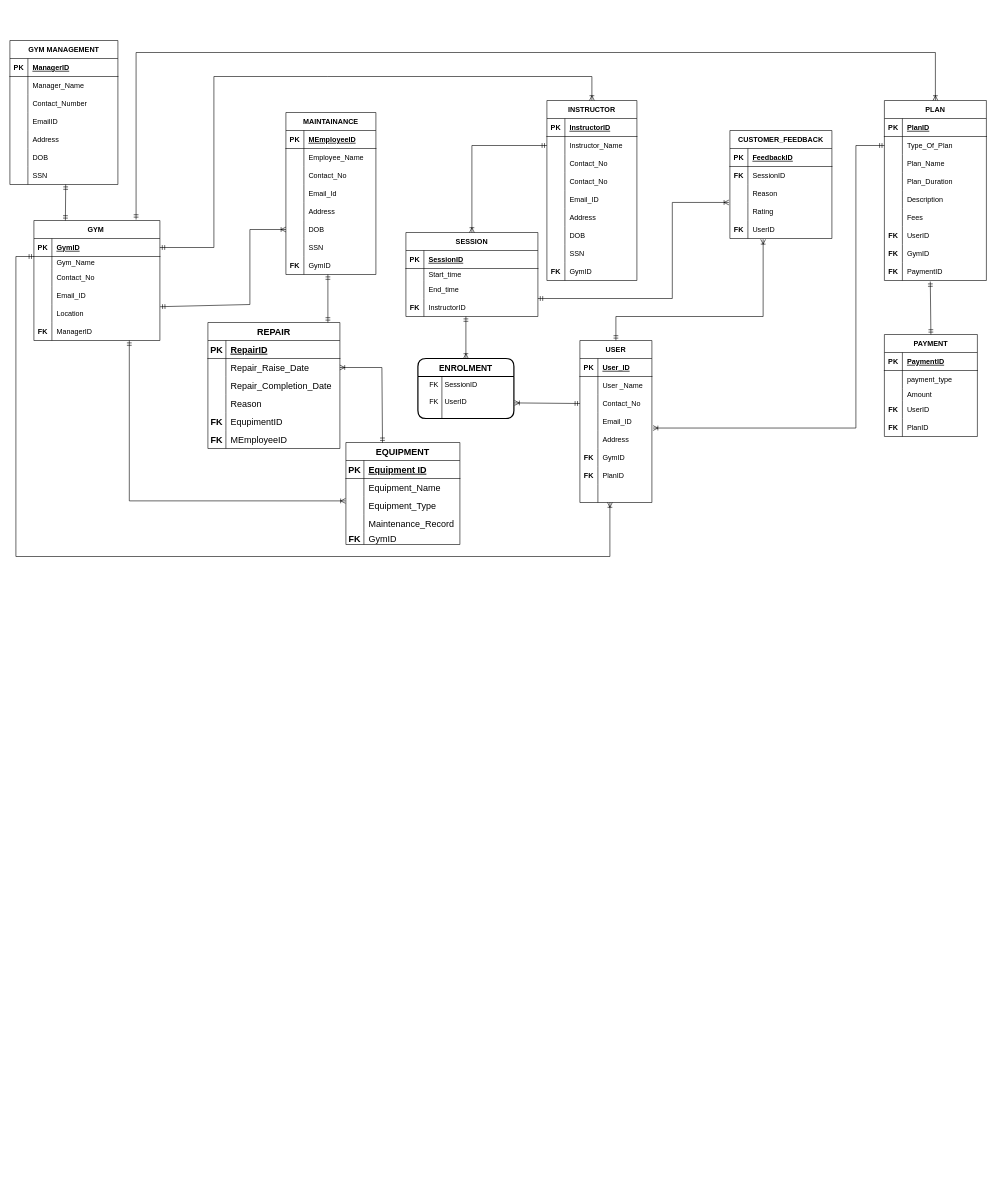
Before: Gym_Management_ERD.drawio in Tharunip/DAMG6210_PROJECT11, a draw.io diagram. Source tidied: cells renumbered, new cells numbered last; positions are measured from the earlier drawing's top-left corner, leaving out a move shared by most shapes. Both pictures are drawn from the tidied source at 60%, with x=0, y=0 at pixel (10, 40).
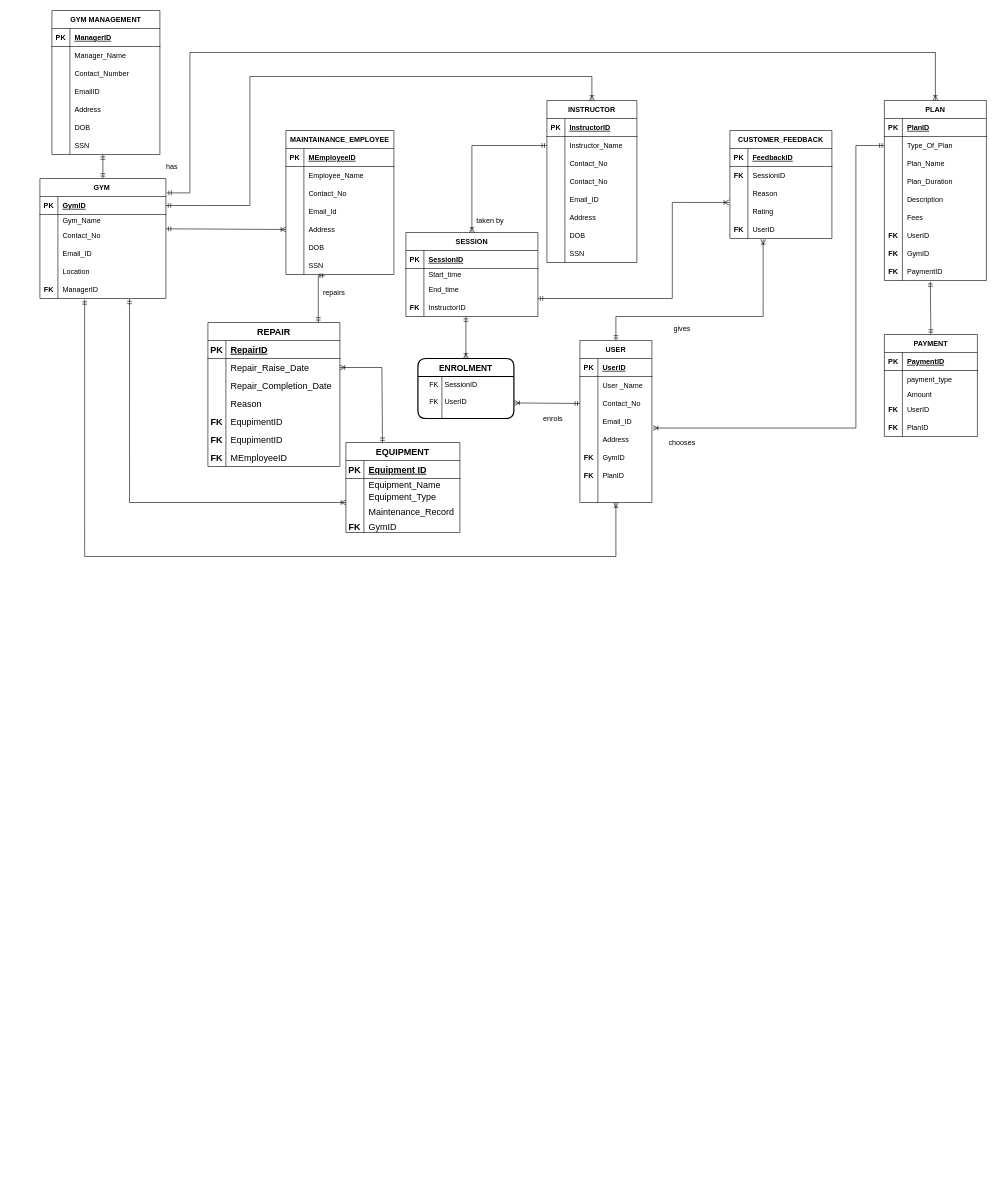
Above is the later version.

Unchanged cells that the change refers to:
```xml
<mxCell id="3" style="shape=tableRow;horizontal=0;startSize=0;swimlaneHead=0;swimlaneBody=0;fillColor=none;points=[[0,0.5],[1,0.5]];portConstraint=eastwest;top=0;left=0;right=0;bottom=1;" parent="2" vertex="1">
  <mxGeometry y="30" width="210" height="30" as="geometry" />
</mxCell>
<mxCell id="9" style="shape=tableRow;horizontal=0;startSize=0;swimlaneHead=0;swimlaneBody=0;fillColor=none;points=[[0,0.5],[1,0.5]];portConstraint=eastwest;top=0;left=0;right=0;bottom=0;" parent="2" vertex="1">
  <mxGeometry y="80" width="210" height="30" as="geometry" />
</mxCell>
<mxCell id="12" style="shape=tableRow;horizontal=0;startSize=0;swimlaneHead=0;swimlaneBody=0;fillColor=none;points=[[0,0.5],[1,0.5]];portConstraint=eastwest;top=0;left=0;right=0;bottom=0;" parent="2" vertex="1">
  <mxGeometry y="110" width="210" height="30" as="geometry" />
</mxCell>
<mxCell id="18" style="shape=tableRow;horizontal=0;startSize=0;swimlaneHead=0;swimlaneBody=0;fillColor=none;points=[[0,0.5],[1,0.5]];portConstraint=eastwest;top=0;left=0;right=0;bottom=0;" parent="2" vertex="1">
  <mxGeometry y="170" width="210" height="30" as="geometry" />
</mxCell>
<mxCell id="63" style="shape=tableRow;horizontal=0;startSize=0;swimlaneHead=0;swimlaneBody=0;fillColor=none;top=0;left=0;right=0;bottom=1;" parent="62" vertex="1">
  <mxGeometry y="30" width="120" height="30" as="geometry" />
</mxCell>
<mxCell id="103" value="PLAN" style="shape=table;startSize=30;childLayout=tableLayout;rowLines=0;fontStyle=1;align=center;" parent="1" vertex="1">
  <mxGeometry x="1457.5" y="100" width="170" height="300" as="geometry" />
</mxCell>
```

Diff of the diagram source:
```diff
@@
     <mxCell id="2" value="GYM " style="shape=table;startSize=30;childLayout=tableLayout;rowLines=0;fontStyle=1;align=center;" parent="1" vertex="1">
-      <mxGeometry x="40" y="300" width="210" height="200" as="geometry" />
+      <mxGeometry x="50" y="230" width="210" height="200" as="geometry" />
     </mxCell>
@@
     <mxCell id="21" value="INSTRUCTOR" style="shape=table;startSize=30;childLayout=tableLayout;rowLines=0;fontStyle=1;align=center;" parent="1" vertex="1">
-      <mxGeometry x="895" y="100" width="150" height="300" as="geometry" />
+      <mxGeometry x="895" y="100" width="150" height="270" as="geometry" />
     </mxCell>
@@
-    <mxCell id="46" style="shape=tableRow;horizontal=0;startSize=0;swimlaneHead=0;swimlaneBody=0;fillColor=none;top=0;left=0;right=0;bottom=0;" parent="21" vertex="1">
-      <mxGeometry y="270" width="150" height="30" as="geometry" />
-    </mxCell>
-    <mxCell id="47" value="FK" style="shape=partialRectangle;fillColor=none;top=0;left=0;bottom=0;right=0;overflow=hidden;fontStyle=1;" parent="46" vertex="1">
-      <mxGeometry width="30" height="30" as="geometry" />
-    </mxCell>
-    <mxCell id="48" value="GymID" style="shape=partialRectangle;fillColor=none;top=0;left=0;bottom=0;right=0;align=left;spacingLeft=6;overflow=hidden;" parent="46" vertex="1">
-      <mxGeometry x="30" width="120" height="30" as="geometry" />
-    </mxCell>
@@
-    <mxCell id="65" value="User_ID" style="shape=partialRectangle;fillColor=none;top=0;left=0;bottom=0;right=0;align=left;spacingLeft=6;fontStyle=5;overflow=hidden;" parent="63" vertex="1">
+    <mxCell id="65" value="UserID" style="shape=partialRectangle;fillColor=none;top=0;left=0;bottom=0;right=0;align=left;spacingLeft=6;fontStyle=5;overflow=hidden;" parent="63" vertex="1">
       <mxGeometry x="30" width="90" height="30" as="geometry" />
     </mxCell>
@@
     <mxCell id="131" value="GYM MANAGEMENT" style="shape=table;startSize=30;childLayout=tableLayout;rowLines=0;fontStyle=1;align=center;" parent="1" vertex="1">
-      <mxGeometry width="180" height="240" as="geometry" />
+      <mxGeometry x="70" y="-50" width="180" height="240" as="geometry" />
     </mxCell>
@@
     <mxCell id="157" value="EQUIPMENT" style="shape=table;startSize=30;childLayout=tableLayout;rowLines=0;fontStyle=1;align=center;fontSize=15;" parent="1" vertex="1">
-      <mxGeometry x="560" y="670" width="190" height="170" as="geometry" />
+      <mxGeometry x="560" y="670" width="190" height="150" as="geometry" />
     </mxCell>
@@
+    <mxCell id="259" style="shape=tableRow;horizontal=0;startSize=0;swimlaneHead=0;swimlaneBody=0;fillColor=none;top=0;left=0;right=0;bottom=0;fontSize=15;" parent="157" vertex="1">
+      <mxGeometry y="60" width="190" height="20" as="geometry" />
+    </mxCell>
+    <mxCell id="260" style="shape=partialRectangle;fillColor=none;top=0;left=0;bottom=0;right=0;overflow=hidden;fontSize=15;" parent="259" vertex="1">
+      <mxGeometry width="30" height="20" as="geometry" />
+    </mxCell>
+    <mxCell id="261" value="Equipment_Name" style="shape=partialRectangle;fillColor=none;top=0;left=0;bottom=0;right=0;align=left;spacingLeft=6;overflow=hidden;fontSize=15;" parent="259" vertex="1">
+      <mxGeometry x="30" width="160" height="20" as="geometry" />
+    </mxCell>
+    <mxCell id="262" style="shape=tableRow;horizontal=0;startSize=0;swimlaneHead=0;swimlaneBody=0;fillColor=none;top=0;left=0;right=0;bottom=0;fontSize=15;" parent="157" vertex="1">
+      <mxGeometry y="80" width="190" height="20" as="geometry" />
+    </mxCell>
+    <mxCell id="263" style="shape=partialRectangle;fillColor=none;top=0;left=0;bottom=0;right=0;overflow=hidden;fontSize=15;" parent="262" vertex="1">
+      <mxGeometry width="30" height="20" as="geometry" />
+    </mxCell>
+    <mxCell id="166" value="Equipment_Type" style="shape=partialRectangle;fillColor=none;top=0;left=0;bottom=0;right=0;align=left;spacingLeft=6;overflow=hidden;fontSize=15;" parent="262" vertex="1">
+      <mxGeometry x="30" width="160" height="20" as="geometry" />
+    </mxCell>
     <mxCell id="161" style="shape=tableRow;horizontal=0;startSize=0;swimlaneHead=0;swimlaneBody=0;fillColor=none;points=[[0,0.5],[1,0.5]];portConstraint=eastwest;top=0;left=0;right=0;bottom=0;fontSize=15;" parent="157" vertex="1">
-      <mxGeometry y="60" width="190" height="30" as="geometry" />
+      <mxGeometry y="100" width="190" height="30" as="geometry" />
     </mxCell>
@@
-    <mxCell id="163" value="Equipment_Name" style="shape=partialRectangle;fillColor=none;top=0;left=0;bottom=0;right=0;align=left;spacingLeft=6;overflow=hidden;fontSize=15;" parent="161" vertex="1">
+    <mxCell id="163" value="Maintenance_Record " style="shape=partialRectangle;fillColor=none;top=0;left=0;bottom=0;right=0;align=left;spacingLeft=6;overflow=hidden;fontSize=15;" parent="161" vertex="1">
       <mxGeometry x="30" width="160" height="30" as="geometry" />
     </mxCell>
-    <mxCell id="164" style="shape=tableRow;horizontal=0;startSize=0;swimlaneHead=0;swimlaneBody=0;fillColor=none;points=[[0,0.5],[1,0.5]];portConstraint=eastwest;top=0;left=0;right=0;bottom=0;fontSize=15;" parent="157" vertex="1">
-      <mxGeometry y="90" width="190" height="30" as="geometry" />
-    </mxCell>
-    <mxCell id="165" style="shape=partialRectangle;fillColor=none;top=0;left=0;bottom=0;right=0;overflow=hidden;fontSize=15;" parent="164" vertex="1">
-      <mxGeometry width="30" height="30" as="geometry" />
-    </mxCell>
-    <mxCell id="166" value="Equipment_Type" style="shape=partialRectangle;fillColor=none;top=0;left=0;bottom=0;right=0;align=left;spacingLeft=6;overflow=hidden;fontSize=15;" parent="164" vertex="1">
-      <mxGeometry x="30" width="160" height="30" as="geometry" />
-    </mxCell>
-    <mxCell id="167" style="shape=tableRow;horizontal=0;startSize=0;swimlaneHead=0;swimlaneBody=0;fillColor=none;top=0;left=0;right=0;bottom=0;fontSize=15;" parent="157" vertex="1">
-      <mxGeometry y="120" width="190" height="30" as="geometry" />
-    </mxCell>
-    <mxCell id="168" style="shape=partialRectangle;fillColor=none;top=0;left=0;bottom=0;right=0;overflow=hidden;fontSize=15;" parent="167" vertex="1">
-      <mxGeometry width="30" height="30" as="geometry" />
-    </mxCell>
-    <mxCell id="169" value="Maintenance_Record " style="shape=partialRectangle;fillColor=none;top=0;left=0;bottom=0;right=0;align=left;spacingLeft=6;overflow=hidden;fontSize=15;" parent="167" vertex="1">
-      <mxGeometry x="30" width="160" height="30" as="geometry" />
-    </mxCell>
     <mxCell id="170" style="shape=tableRow;horizontal=0;startSize=0;swimlaneHead=0;swimlaneBody=0;fillColor=none;top=0;left=0;right=0;bottom=0;fontSize=15;" parent="157" vertex="1">
-      <mxGeometry y="150" width="190" height="20" as="geometry" />
+      <mxGeometry y="130" width="190" height="20" as="geometry" />
     </mxCell>
@@
     <mxCell id="185" value="REPAIR" style="shape=table;startSize=30;childLayout=tableLayout;rowLines=0;fontStyle=1;align=center;fontSize=15;" parent="1" vertex="1">
-      <mxGeometry x="330" y="470" width="220" height="210" as="geometry" />
+      <mxGeometry x="330" y="470" width="220" height="240" as="geometry" />
     </mxCell>
@@
+    <mxCell id="264" style="shape=tableRow;horizontal=0;startSize=0;swimlaneHead=0;swimlaneBody=0;fillColor=none;top=0;left=0;right=0;bottom=0;fontSize=15;" parent="185" vertex="1">
+      <mxGeometry y="180" width="220" height="30" as="geometry" />
+    </mxCell>
+    <mxCell id="265" value="FK" style="shape=partialRectangle;fillColor=none;top=0;left=0;bottom=0;right=0;overflow=hidden;fontSize=15;fontStyle=1;" parent="264" vertex="1">
+      <mxGeometry width="30" height="30" as="geometry" />
+    </mxCell>
+    <mxCell id="266" value="EqupimentID" style="shape=partialRectangle;fillColor=none;top=0;left=0;bottom=0;right=0;align=left;spacingLeft=6;overflow=hidden;fontSize=15;" parent="264" vertex="1">
+      <mxGeometry x="30" width="190" height="30" as="geometry" />
+    </mxCell>
     <mxCell id="201" style="shape=tableRow;horizontal=0;startSize=0;swimlaneHead=0;swimlaneBody=0;fillColor=none;top=0;left=0;right=0;bottom=0;fontSize=15;" parent="185" vertex="1">
-      <mxGeometry y="180" width="220" height="30" as="geometry" />
+      <mxGeometry y="210" width="220" height="30" as="geometry" />
     </mxCell>
@@
-    <mxCell id="205" style="fontSize=12;html=1;endArrow=ERmandOne;startArrow=ERmandOne;rounded=0;exitX=0.25;exitY=0;exitDx=0;exitDy=0;" parent="1" edge="1" source="2">
+    <mxCell id="205" style="fontSize=12;html=1;endArrow=ERmandOne;startArrow=ERmandOne;rounded=0;exitX=0.5;exitY=0;exitDx=0;exitDy=0;" parent="1" edge="1" source="2">
       <mxGeometry relative="1" as="geometry">
-        <mxPoint x="93" y="240" as="targetPoint" />
+        <mxPoint x="155" y="190" as="targetPoint" />
       </mxGeometry>
     </mxCell>
-    <mxCell id="206" style="fontSize=12;html=1;endArrow=ERoneToMany;startArrow=ERmandOne;rounded=0;elbow=vertical;edgeStyle=orthogonalEdgeStyle;entryX=-0.004;entryY=0.244;entryDx=0;entryDy=0;entryPerimeter=0;" parent="1" edge="1" target="164">
+    <mxCell id="206" style="fontSize=12;html=1;endArrow=ERoneToMany;startArrow=ERmandOne;rounded=0;elbow=vertical;edgeStyle=orthogonalEdgeStyle;exitX=0.711;exitY=1.022;exitDx=0;exitDy=0;exitPerimeter=0;entryX=0;entryY=0;entryDx=0;entryDy=0;entryPerimeter=0;" parent="1" edge="1" source="18" target="161">
       <mxGeometry relative="1" as="geometry">
-        <mxPoint x="199" y="500" as="sourcePoint" />
         <Array as="points">
-          <mxPoint x="199" y="767" />
+          <mxPoint x="199" y="770" />
         </Array>
       </mxGeometry>
     </mxCell>
-    <mxCell id="207" style="edgeStyle=elbowEdgeStyle;fontSize=12;html=1;endArrow=ERmandOne;startArrow=ERmandOne;rounded=0;entryX=0.467;entryY=1;entryDx=0;entryDy=0;entryPerimeter=0;" parent="1" edge="1" source="185" target="249">
+    <mxCell id="207" style="edgeStyle=elbowEdgeStyle;fontSize=12;html=1;endArrow=ERmandOne;startArrow=ERmandOne;rounded=0;entryX=0.36;entryY=1.067;entryDx=0;entryDy=0;entryPerimeter=0;" parent="1" edge="1" source="185" target="246">
       <mxGeometry relative="1" as="geometry">
         <Array as="points">
-          <mxPoint x="530" y="420" />
+          <mxPoint x="514" y="470" />
         </Array>
       </mxGeometry>
     </mxCell>
-    <mxCell id="208" style="fontSize=12;html=1;endArrow=ERoneToMany;startArrow=ERmandOne;rounded=0;elbow=vertical;edgeStyle=orthogonalEdgeStyle;" parent="1" edge="1">
+    <mxCell id="208" style="fontSize=12;html=1;endArrow=ERoneToMany;startArrow=ERmandOne;rounded=0;elbow=vertical;edgeStyle=orthogonalEdgeStyle;exitX=0.355;exitY=1.049;exitDx=0;exitDy=0;exitPerimeter=0;" parent="1" edge="1" source="18">
       <mxGeometry relative="1" as="geometry">
-        <mxPoint x="40" y="360" as="sourcePoint" />
-        <mxPoint x="1000" y="770" as="targetPoint" />
+        <mxPoint x="1010" y="770" as="targetPoint" />
         <Array as="points">
-          <mxPoint x="10" y="360" />
-          <mxPoint x="10" y="860" />
-          <mxPoint x="1000" y="860" />
+          <mxPoint x="125" y="860" />
+          <mxPoint x="1010" y="860" />
         </Array>
       </mxGeometry>
     </mxCell>
@@
-    <mxCell id="227" value="MAINTAINANCE" style="shape=table;startSize=30;childLayout=tableLayout;rowLines=0;fontStyle=1;align=center;" parent="1" vertex="1">
-      <mxGeometry x="460" y="120" width="150" height="270" as="geometry" />
+    <mxCell id="227" value="MAINTAINANCE_EMPLOYEE" style="shape=table;startSize=30;childLayout=tableLayout;rowLines=0;fontStyle=1;align=center;" parent="1" vertex="1">
+      <mxGeometry x="460" y="150" width="180" height="240" as="geometry" />
     </mxCell>
     <mxCell id="228" style="shape=tableRow;horizontal=0;startSize=0;swimlaneHead=0;swimlaneBody=0;fillColor=none;top=0;left=0;right=0;bottom=1;" parent="227" vertex="1">
-      <mxGeometry y="30" width="150" height="30" as="geometry" />
+      <mxGeometry y="30" width="180" height="30" as="geometry" />
     </mxCell>
@@
     <mxCell id="230" value="MEmployeeID" style="shape=partialRectangle;fillColor=none;top=0;left=0;bottom=0;right=0;align=left;spacingLeft=6;fontStyle=5;overflow=hidden;" parent="228" vertex="1">
-      <mxGeometry x="30" width="120" height="30" as="geometry" />
+      <mxGeometry x="30" width="150" height="30" as="geometry" />
     </mxCell>
     <mxCell id="231" style="shape=tableRow;horizontal=0;startSize=0;swimlaneHead=0;swimlaneBody=0;fillColor=none;top=0;left=0;right=0;bottom=0;" parent="227" vertex="1">
-      <mxGeometry y="60" width="150" height="30" as="geometry" />
+      <mxGeometry y="60" width="180" height="30" as="geometry" />
     </mxCell>
@@
     <mxCell id="233" value="Employee_Name" style="shape=partialRectangle;fillColor=none;top=0;left=0;bottom=0;right=0;align=left;spacingLeft=6;overflow=hidden;" parent="231" vertex="1">
-      <mxGeometry x="30" width="120" height="30" as="geometry" />
+      <mxGeometry x="30" width="150" height="30" as="geometry" />
     </mxCell>
     <mxCell id="234" style="shape=tableRow;horizontal=0;startSize=0;swimlaneHead=0;swimlaneBody=0;fillColor=none;top=0;left=0;right=0;bottom=0;" parent="227" vertex="1">
-      <mxGeometry y="90" width="150" height="30" as="geometry" />
+      <mxGeometry y="90" width="180" height="30" as="geometry" />
     </mxCell>
@@
     <mxCell id="236" value="Contact_No" style="shape=partialRectangle;fillColor=none;top=0;left=0;bottom=0;right=0;align=left;spacingLeft=6;overflow=hidden;" parent="234" vertex="1">
-      <mxGeometry x="30" width="120" height="30" as="geometry" />
+      <mxGeometry x="30" width="150" height="30" as="geometry" />
     </mxCell>
     <mxCell id="237" style="shape=tableRow;horizontal=0;startSize=0;swimlaneHead=0;swimlaneBody=0;fillColor=none;top=0;left=0;right=0;bottom=0;" parent="227" vertex="1">
-      <mxGeometry y="120" width="150" height="30" as="geometry" />
+      <mxGeometry y="120" width="180" height="30" as="geometry" />
     </mxCell>
@@
     <mxCell id="239" value="Email_Id" style="shape=partialRectangle;fillColor=none;top=0;left=0;bottom=0;right=0;align=left;spacingLeft=6;overflow=hidden;" parent="237" vertex="1">
-      <mxGeometry x="30" width="120" height="30" as="geometry" />
+      <mxGeometry x="30" width="150" height="30" as="geometry" />
     </mxCell>
     <mxCell id="240" style="shape=tableRow;horizontal=0;startSize=0;swimlaneHead=0;swimlaneBody=0;fillColor=none;points=[[0,0.5],[1,0.5]];portConstraint=eastwest;top=0;left=0;right=0;bottom=0;" parent="227" vertex="1">
-      <mxGeometry y="150" width="150" height="30" as="geometry" />
+      <mxGeometry y="150" width="180" height="30" as="geometry" />
     </mxCell>
@@
     <mxCell id="242" value="Address" style="shape=partialRectangle;fillColor=none;top=0;left=0;bottom=0;right=0;align=left;spacingLeft=6;overflow=hidden;" parent="240" vertex="1">
-      <mxGeometry x="30" width="120" height="30" as="geometry" />
+      <mxGeometry x="30" width="150" height="30" as="geometry" />
     </mxCell>
     <mxCell id="243" style="shape=tableRow;horizontal=0;startSize=0;swimlaneHead=0;swimlaneBody=0;fillColor=none;points=[[0,0.5],[1,0.5]];portConstraint=eastwest;top=0;left=0;right=0;bottom=0;" parent="227" vertex="1">
-      <mxGeometry y="180" width="150" height="30" as="geometry" />
+      <mxGeometry y="180" width="180" height="30" as="geometry" />
     </mxCell>
@@
     <mxCell id="245" value="DOB" style="shape=partialRectangle;fillColor=none;top=0;left=0;bottom=0;right=0;align=left;spacingLeft=6;overflow=hidden;" parent="243" vertex="1">
-      <mxGeometry x="30" width="120" height="30" as="geometry" />
+      <mxGeometry x="30" width="150" height="30" as="geometry" />
     </mxCell>
     <mxCell id="246" style="shape=tableRow;horizontal=0;startSize=0;swimlaneHead=0;swimlaneBody=0;fillColor=none;points=[[0,0.5],[1,0.5]];portConstraint=eastwest;top=0;left=0;right=0;bottom=0;" parent="227" vertex="1">
-      <mxGeometry y="210" width="150" height="30" as="geometry" />
+      <mxGeometry y="210" width="180" height="30" as="geometry" />
     </mxCell>
@@
     <mxCell id="248" value="SSN" style="shape=partialRectangle;fillColor=none;top=0;left=0;bottom=0;right=0;align=left;spacingLeft=6;overflow=hidden;" parent="246" vertex="1">
-      <mxGeometry x="30" width="120" height="30" as="geometry" />
+      <mxGeometry x="30" width="150" height="30" as="geometry" />
     </mxCell>
-    <mxCell id="249" style="shape=tableRow;horizontal=0;startSize=0;swimlaneHead=0;swimlaneBody=0;fillColor=none;points=[[0,0.5],[1,0.5]];portConstraint=eastwest;top=0;left=0;right=0;bottom=0;" parent="227" vertex="1">
-      <mxGeometry y="240" width="150" height="30" as="geometry" />
-    </mxCell>
-    <mxCell id="250" value="FK" style="shape=partialRectangle;fillColor=none;top=0;left=0;bottom=0;right=0;overflow=hidden;fontStyle=1;" parent="249" vertex="1">
-      <mxGeometry width="30" height="30" as="geometry" />
-    </mxCell>
-    <mxCell id="251" value="GymID" style="shape=partialRectangle;fillColor=none;top=0;left=0;bottom=0;right=0;align=left;spacingLeft=6;overflow=hidden;" parent="249" vertex="1">
-      <mxGeometry x="30" width="120" height="30" as="geometry" />
-    </mxCell>
-    <mxCell id="252" style="fontSize=12;html=1;endArrow=ERoneToMany;startArrow=ERmandOne;rounded=0;entryX=0;entryY=0.5;entryDx=0;entryDy=0;exitX=1.002;exitY=1.122;exitDx=0;exitDy=0;exitPerimeter=0;" parent="1" edge="1" source="12" target="243">
-      <mxGeometry relative="1" as="geometry">
-        <Array as="points">
-          <mxPoint x="400" y="440" />
-          <mxPoint x="400" y="315" />
-        </Array>
-      </mxGeometry>
+    <mxCell id="252" style="fontSize=12;html=1;endArrow=ERoneToMany;startArrow=ERmandOne;rounded=0;entryX=0;entryY=0.5;entryDx=0;entryDy=0;exitX=1.001;exitY=0.128;exitDx=0;exitDy=0;exitPerimeter=0;" parent="1" edge="1" source="9" target="240">
+      <mxGeometry relative="1" as="geometry" />
     </mxCell>
     <mxCell id="253" style="fontSize=12;html=1;endArrow=ERoneToMany;startArrow=ERmandOne;rounded=0;entryX=0.5;entryY=0;entryDx=0;entryDy=0;exitX=1;exitY=0.5;exitDx=0;exitDy=0;" parent="1" edge="1" source="3" target="21">
       <mxGeometry relative="1" as="geometry">
         <Array as="points">
-          <mxPoint x="340" y="345" />
-          <mxPoint x="340" y="60" />
+          <mxPoint x="320" y="275" />
+          <mxPoint x="400" y="275" />
+          <mxPoint x="400" y="170" />
+          <mxPoint x="400" y="60" />
           <mxPoint x="530" y="60" />
           <mxPoint x="970" y="60" />
         </Array>
       </mxGeometry>
     </mxCell>
@@
-    <mxCell id="255" style="fontSize=12;html=1;endArrow=ERoneToMany;startArrow=ERmandOne;rounded=0;entryX=0.5;entryY=0;entryDx=0;entryDy=0;exitX=0.811;exitY=-0.008;exitDx=0;exitDy=0;exitPerimeter=0;edgeStyle=orthogonalEdgeStyle;" parent="1" edge="1" source="2" target="103">
+    <mxCell id="255" style="fontSize=12;html=1;endArrow=ERoneToMany;startArrow=ERmandOne;rounded=0;entryX=0.5;entryY=0;entryDx=0;entryDy=0;exitX=1.005;exitY=0.12;exitDx=0;exitDy=0;exitPerimeter=0;edgeStyle=orthogonalEdgeStyle;" parent="1" edge="1" source="2" target="103">
       <mxGeometry relative="1" as="geometry">
         <Array as="points">
-          <mxPoint x="210" y="20" />
+          <mxPoint x="300" y="254" />
+          <mxPoint x="300" y="20" />
           <mxPoint x="1543" y="20" />
         </Array>
       </mxGeometry>
     </mxCell>
@@
+    <mxCell id="267" value="enrols" style="text;html=1;align=center;verticalAlign=middle;strokeColor=none;fillColor=none;" parent="1" vertex="1">
+      <mxGeometry x="880" y="620" width="50" height="20" as="geometry" />
+    </mxCell>
+    <mxCell id="268" value="gives" style="text;html=1;align=center;verticalAlign=middle;strokeColor=none;fillColor=none;" parent="1" vertex="1">
+      <mxGeometry x="1100" y="470" width="40" height="20" as="geometry" />
+    </mxCell>
+    <mxCell id="269" value="repairs" style="text;html=1;align=center;verticalAlign=middle;strokeColor=none;fillColor=none;" parent="1" vertex="1">
+      <mxGeometry x="515" y="410" width="50" height="20" as="geometry" />
+    </mxCell>
+    <mxCell id="270" value="taken by" style="text;html=1;align=center;verticalAlign=middle;strokeColor=none;fillColor=none;" parent="1" vertex="1">
+      <mxGeometry x="770" y="290" width="60" height="20" as="geometry" />
+    </mxCell>
+    <mxCell id="271" value="has" style="text;html=1;align=center;verticalAlign=middle;strokeColor=none;fillColor=none;" parent="1" vertex="1">
+      <mxGeometry x="255" y="200" width="30" height="20" as="geometry" />
+    </mxCell>
+    <mxCell id="272" value="chooses" style="text;html=1;align=center;verticalAlign=middle;strokeColor=none;fillColor=none;" parent="1" vertex="1">
+      <mxGeometry x="1090" y="660" width="60" height="20" as="geometry" />
+    </mxCell>
```
